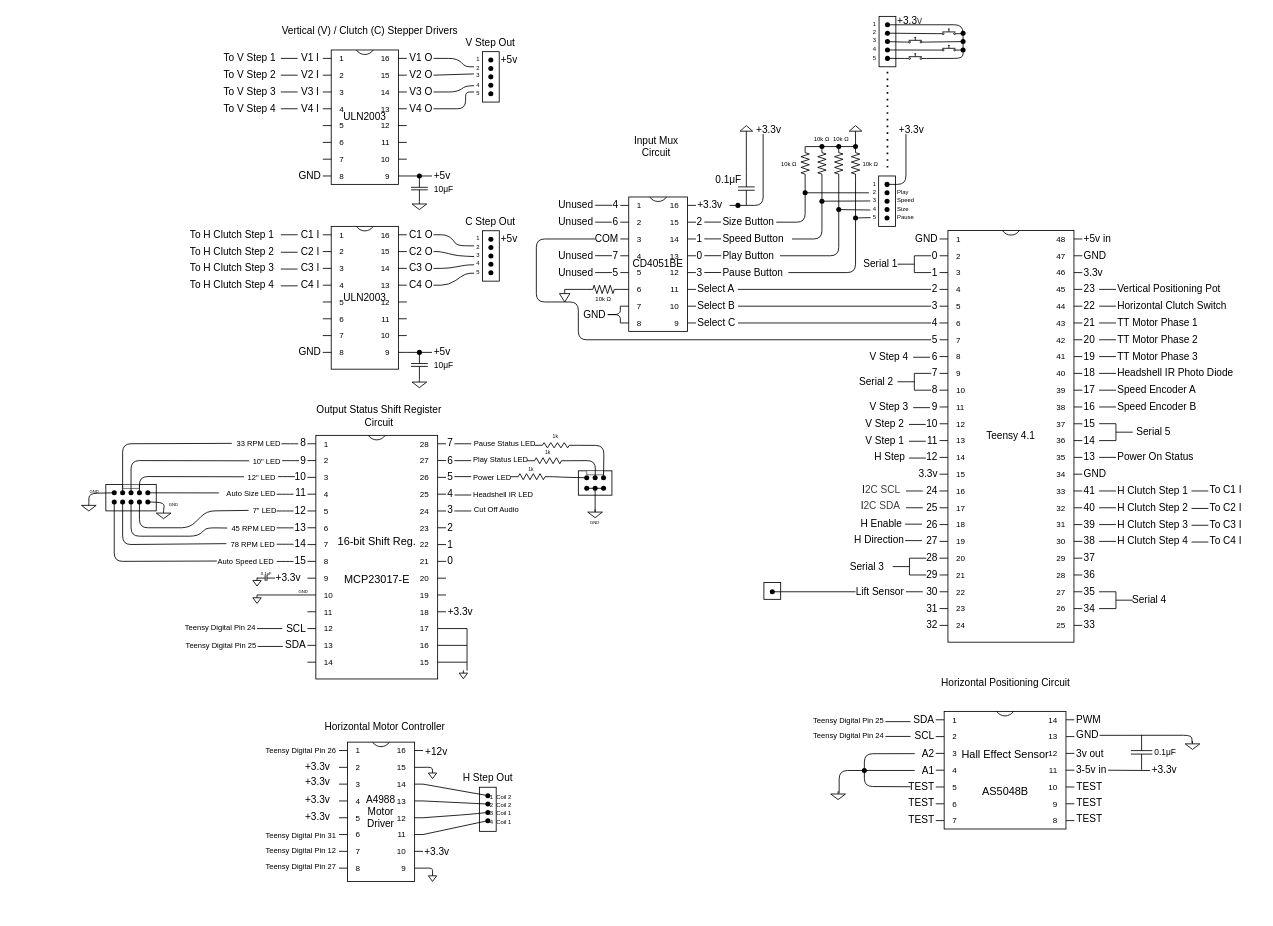
Before: electrical/schematic.drawio in pdnelson/Automatic-Turntable-STM-01, a draw.io diagram. Source tidied: cells renumbered, new cells numbered last; positions are measured from the earlier drawing's top-left corner, leaving out a move shared by most shapes. Both pictures are drawn from the tidied source at 84%, with x=0, y=0 at pixel (81, 16).
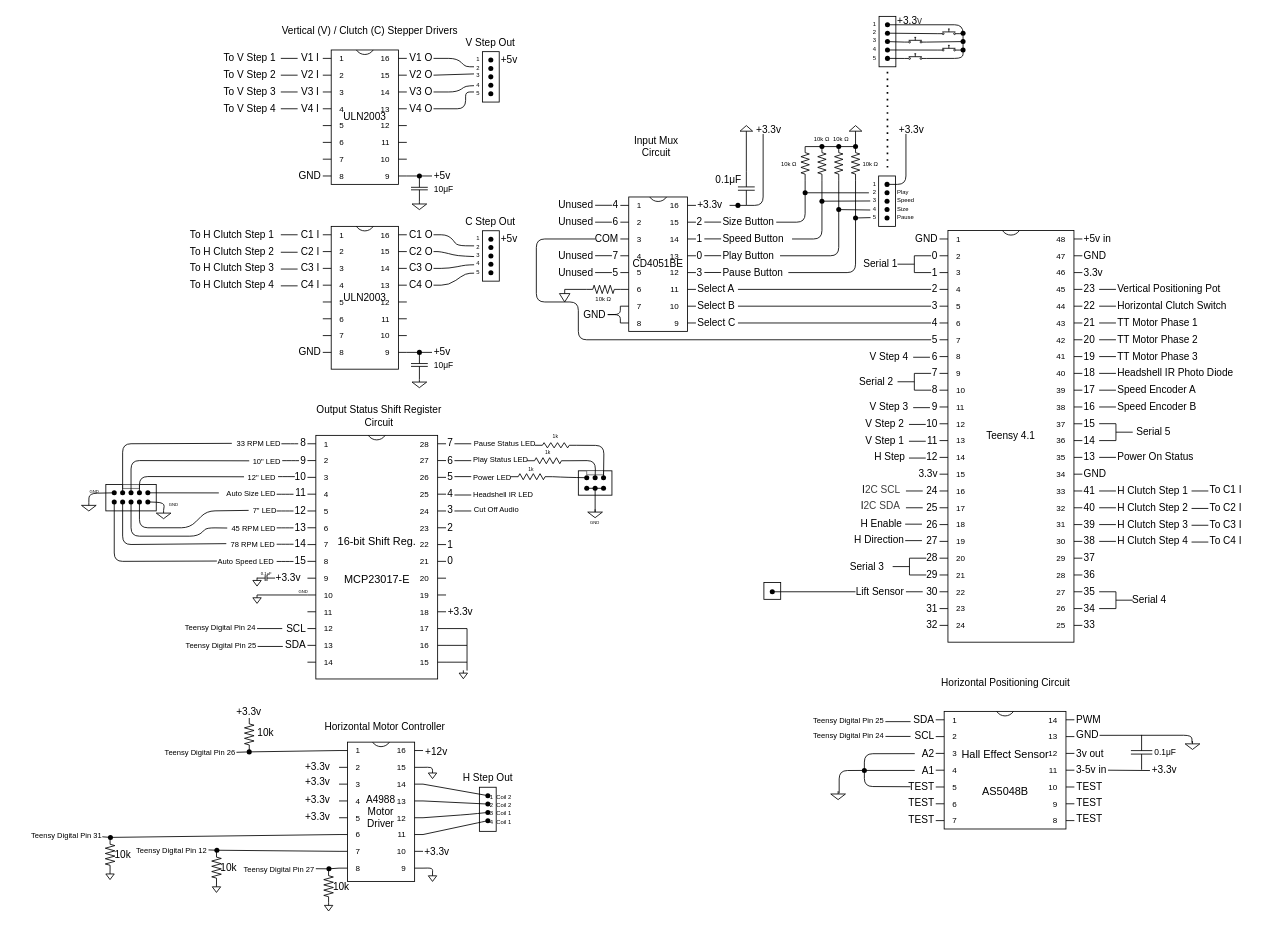
Above is the later version.

Commit message (it also covers changes not shown here):
Fix errors causing az stepper to be unreliable

Unchanged cells that the change refers to:
```xml
<mxCell id="478" value="A4988&lt;div&gt;Motor&lt;/div&gt;&lt;div&gt;Driver&lt;/div&gt;" style="shadow=0;dashed=0;align=center;html=1;strokeWidth=1;shape=mxgraph.electrical.logic_gates.dual_inline_ic;labelNames=a,b,c,d,e,f,g,h,i,j,k,l,m,n,o,p,q,r,s,t;whiteSpace=wrap;" parent="1" vertex="1">
  <mxGeometry x="307.1" y="864" width="100" height="165.8" as="geometry" />
</mxCell>
```

Change to the diagram source:
```diff
@@
     <mxCell id="487" value="&lt;font style=&quot;font-size: 9px;&quot;&gt;Teensy Digital Pin 31&lt;/font&gt;" style="text;html=1;align=right;verticalAlign=middle;whiteSpace=wrap;rounded=0;" parent="1" vertex="1">
-      <mxGeometry x="199.5" y="967.4" width="105.5" height="15" as="geometry" />
+      <mxGeometry x="-79" y="967.4" width="105.5" height="15" as="geometry" />
     </mxCell>
@@
     <mxCell id="490" value="&lt;font style=&quot;font-size: 9px;&quot;&gt;Teensy Digital Pin 12&lt;/font&gt;" style="text;html=1;align=right;verticalAlign=middle;whiteSpace=wrap;rounded=0;" parent="1" vertex="1">
-      <mxGeometry x="200.1" y="984.8" width="105.5" height="15" as="geometry" />
+      <mxGeometry x="46.2" y="984.8" width="105.5" height="15" as="geometry" />
     </mxCell>
@@
     <mxCell id="493" value="&lt;font style=&quot;font-size: 9px;&quot;&gt;Teensy Digital Pin 27&lt;/font&gt;" style="text;html=1;align=right;verticalAlign=middle;whiteSpace=wrap;rounded=0;" parent="1" vertex="1">
-      <mxGeometry x="199.6" y="1004.8" width="105.5" height="15" as="geometry" />
+      <mxGeometry x="174" y="1007.2" width="105.5" height="15" as="geometry" />
     </mxCell>
@@
     <mxCell id="512" value="&lt;font style=&quot;font-size: 9px;&quot;&gt;Teensy Digital Pin 26&lt;/font&gt;" style="text;html=1;align=right;verticalAlign=middle;whiteSpace=wrap;rounded=0;" parent="1" vertex="1">
-      <mxGeometry x="199.5" y="865.6" width="105.5" height="15" as="geometry" />
+      <mxGeometry x="79.5" y="868.6" width="105.5" height="15" as="geometry" />
     </mxCell>
@@
+    <mxCell id="514" style="endArrow=none;html=1;exitDx=0;exitDy=0;entryX=0;entryY=0;entryDx=0;entryDy=10;entryPerimeter=0;" parent="1" edge="1" source="517" target="478">
+      <mxGeometry relative="1" as="geometry" />
+    </mxCell>
+    <mxCell id="515" style="verticalLabelPosition=bottom;shadow=0;dashed=0;align=center;html=1;verticalAlign=top;shape=mxgraph.electrical.resistors.resistor_2;rotation=-90;" parent="1" vertex="1">
+      <mxGeometry x="180.7" y="849.1" width="39.1" height="11.4" as="geometry" />
+    </mxCell>
+    <mxCell id="516" style="endArrow=none;html=1;exitX=1;exitY=0.5;exitDx=0;exitDy=0;entryDx=0;entryDy=10;entryPerimeter=0;" parent="1" edge="1" source="512" target="517">
+      <mxGeometry relative="1" as="geometry" />
+    </mxCell>
+    <mxCell id="517" style="shape=waypoint;sketch=0;fillStyle=solid;size=6;points=[];fillColor=none;perimeter=centerPerimeter;snapToPoint=1;" parent="1" vertex="1">
+      <mxGeometry x="190.2" y="865.6" width="20" height="20" as="geometry" />
+    </mxCell>
+    <mxCell id="518" style="endArrow=none;html=1;entryX=0;entryY=0.5;entryDx=0;entryDy=0;entryPerimeter=0;" parent="1" edge="1" source="517" target="515">
+      <mxGeometry relative="1" as="geometry" />
+    </mxCell>
+    <mxCell id="519" value="+3.3v" style="text;html=1;align=center;verticalAlign=middle;whiteSpace=wrap;rounded=0;" parent="1" vertex="1">
+      <mxGeometry x="179.5" y="822.7" width="40" height="10" as="geometry" />
+    </mxCell>
+    <mxCell id="520" value="10k" style="text;html=1;align=center;verticalAlign=middle;whiteSpace=wrap;rounded=0;" parent="1" vertex="1">
+      <mxGeometry x="199.5" y="848.4" width="40" height="10" as="geometry" />
+    </mxCell>
+    <mxCell id="521" style="shape=waypoint;sketch=0;fillStyle=solid;size=6;points=[];fillColor=none;perimeter=centerPerimeter;snapToPoint=1;" parent="1" vertex="1">
+      <mxGeometry x="285.1" y="1004.8" width="20" height="20" as="geometry" />
+    </mxCell>
+    <mxCell id="522" style="endArrow=none;html=1;entryX=0;entryY=0;entryDx=0;entryDy=150;entryPerimeter=0;" parent="1" edge="1" source="521" target="478">
+      <mxGeometry relative="1" as="geometry" />
+    </mxCell>
+    <mxCell id="523" style="endArrow=none;html=1;exitX=1;exitY=0.5;exitDx=0;exitDy=0;entryX=0.407;entryY=0.599;entryDx=0;entryDy=0;entryPerimeter=0;" parent="1" edge="1" source="493" target="521">
+      <mxGeometry relative="1" as="geometry" />
+    </mxCell>
+    <mxCell id="524" style="verticalLabelPosition=bottom;shadow=0;dashed=0;align=center;html=1;verticalAlign=top;shape=mxgraph.electrical.signal_sources.signal_ground;" parent="1" vertex="1">
+      <mxGeometry x="289.7" y="1055" width="10" height="10" as="geometry" />
+    </mxCell>
+    <mxCell id="525" style="verticalLabelPosition=bottom;shadow=0;dashed=0;align=center;html=1;verticalAlign=top;shape=mxgraph.electrical.resistors.resistor_2;rotation=-90;" parent="1" vertex="1">
+      <mxGeometry x="275.1" y="1029.8" width="39.1" height="11.4" as="geometry" />
+    </mxCell>
+    <mxCell id="526" value="10k" style="text;html=1;align=center;verticalAlign=middle;whiteSpace=wrap;rounded=0;" parent="1" vertex="1">
+      <mxGeometry x="289.7" y="1031.1" width="40" height="10" as="geometry" />
+    </mxCell>
+    <mxCell id="527" style="shape=waypoint;sketch=0;fillStyle=solid;size=6;points=[];fillColor=none;perimeter=centerPerimeter;snapToPoint=1;" parent="1" vertex="1">
+      <mxGeometry x="151.7" y="982.7" width="20" height="20" as="geometry" />
+    </mxCell>
+    <mxCell id="528" style="verticalLabelPosition=bottom;shadow=0;dashed=0;align=center;html=1;verticalAlign=top;shape=mxgraph.electrical.signal_sources.signal_ground;" parent="1" vertex="1">
+      <mxGeometry x="156.2" y="1032.9" width="10" height="10" as="geometry" />
+    </mxCell>
+    <mxCell id="529" style="verticalLabelPosition=bottom;shadow=0;dashed=0;align=center;html=1;verticalAlign=top;shape=mxgraph.electrical.resistors.resistor_2;rotation=-90;" parent="1" vertex="1">
+      <mxGeometry x="141.7" y="1007.7" width="39.1" height="11.4" as="geometry" />
+    </mxCell>
+    <mxCell id="530" value="10k" style="text;html=1;align=center;verticalAlign=middle;whiteSpace=wrap;rounded=0;" parent="1" vertex="1">
+      <mxGeometry x="156.2" y="1009.1" width="40" height="10" as="geometry" />
+    </mxCell>
+    <mxCell id="531" style="endArrow=none;html=1;entryX=0;entryY=0;entryDx=0;entryDy=130;entryPerimeter=0;" parent="1" edge="1" source="527" target="478">
+      <mxGeometry relative="1" as="geometry" />
+    </mxCell>
+    <mxCell id="532" style="endArrow=none;html=1;exitX=1;exitY=0.5;exitDx=0;exitDy=0;entryX=0.411;entryY=0.17;entryDx=0;entryDy=0;entryPerimeter=0;" parent="1" edge="1" source="490" target="527">
+      <mxGeometry relative="1" as="geometry" />
+    </mxCell>
+    <mxCell id="533" style="shape=waypoint;sketch=0;fillStyle=solid;size=6;points=[];fillColor=none;perimeter=centerPerimeter;snapToPoint=1;" parent="1" vertex="1">
+      <mxGeometry x="25" y="967.4" width="20" height="20" as="geometry" />
+    </mxCell>
+    <mxCell id="534" style="verticalLabelPosition=bottom;shadow=0;dashed=0;align=center;html=1;verticalAlign=top;shape=mxgraph.electrical.signal_sources.signal_ground;" parent="1" vertex="1">
+      <mxGeometry x="29.5" y="1017.6" width="10" height="10" as="geometry" />
+    </mxCell>
+    <mxCell id="535" style="verticalLabelPosition=bottom;shadow=0;dashed=0;align=center;html=1;verticalAlign=top;shape=mxgraph.electrical.resistors.resistor_2;rotation=-90;" parent="1" vertex="1">
+      <mxGeometry x="15" y="992.4" width="39.1" height="11.4" as="geometry" />
+    </mxCell>
+    <mxCell id="536" style="endArrow=none;html=1;exitX=1;exitY=0.5;exitDx=0;exitDy=0;entryX=0.411;entryY=0.17;entryDx=0;entryDy=0;entryPerimeter=0;" parent="1" edge="1" target="533">
+      <mxGeometry relative="1" as="geometry">
+        <mxPoint x="25.3" y="976.7" as="sourcePoint" />
+      </mxGeometry>
+    </mxCell>
+    <mxCell id="537" style="endArrow=none;html=1;exitX=0.736;exitY=0.338;exitDx=0;exitDy=0;exitPerimeter=0;entryX=0;entryY=0;entryDx=0;entryDy=110;entryPerimeter=0;" parent="1" edge="1" source="533" target="478">
+      <mxGeometry relative="1" as="geometry" />
+    </mxCell>
+    <mxCell id="538" value="10k" style="text;html=1;align=center;verticalAlign=middle;whiteSpace=wrap;rounded=0;" parent="1" vertex="1">
+      <mxGeometry x="29.5" y="993.8" width="40" height="10" as="geometry" />
+    </mxCell>
```
